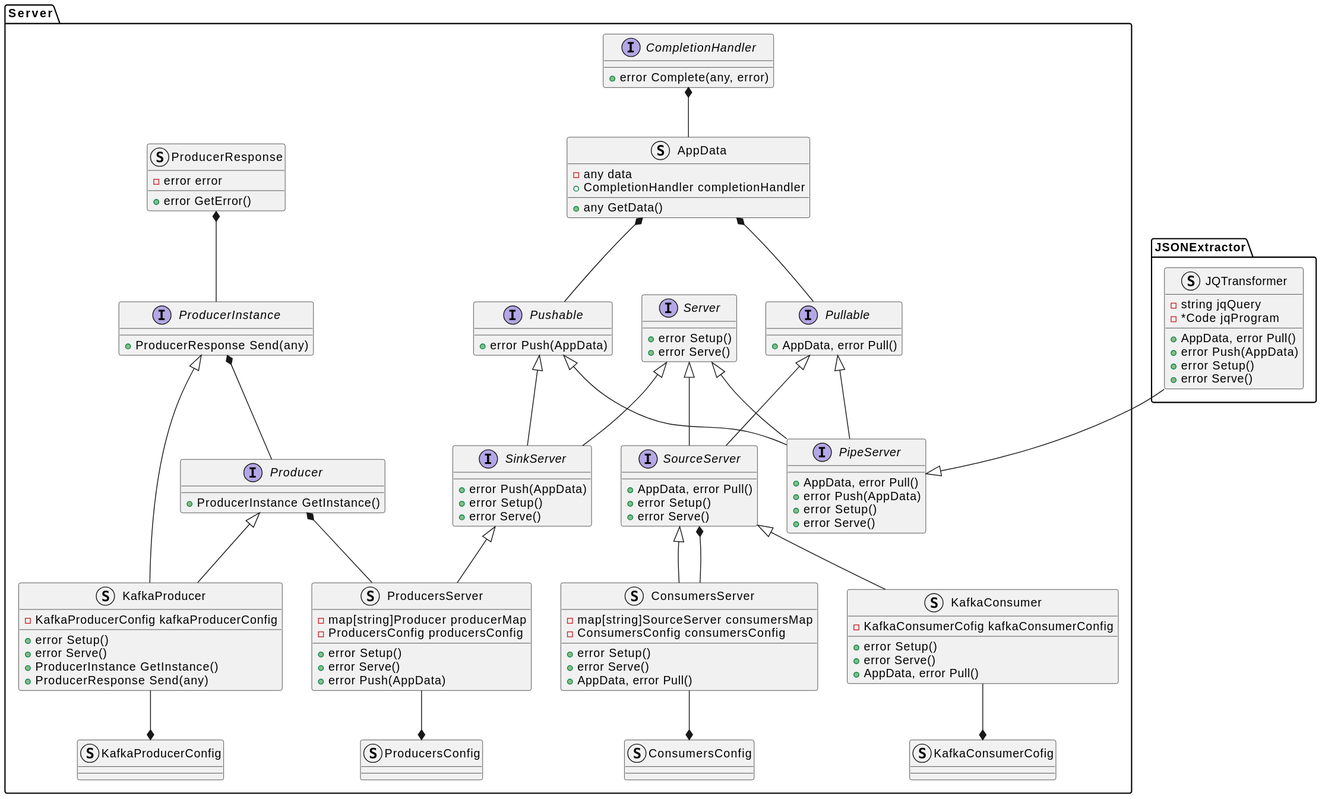
xtuml/otel2pv keeps this PlantUML diagram as docs/design_notes/DN1_JSON_Extractor/class_diagram.svg. Above is the earlier version.
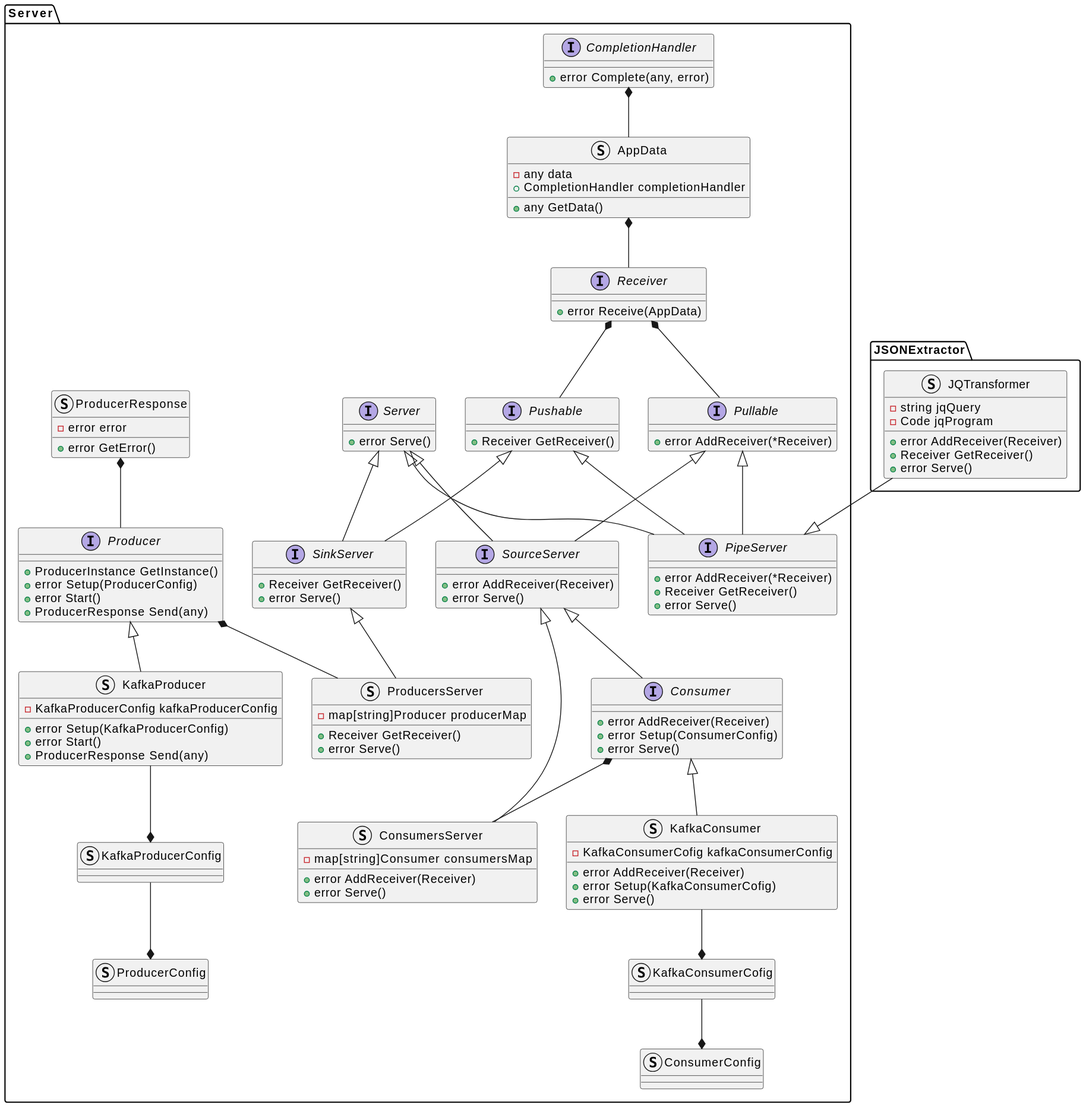
The same file after the commit.

Commit message:
CDSOPV-26 update class diagrams

Change to the diagram source:
```diff
@@ -8,87 +8,86 @@
         +CompletionHandler completionHandler
         +any GetData()
     }
+    interface Receiver {
+        +error Receive(AppData)
+    }
     interface Server {
-        +error Setup()
         +error Serve()
     }
     interface Pullable {
-        +AppData, error Pull()
+        +error AddReceiver(*Receiver)
     }
     interface Pushable {
-        +error Push(AppData)
+        +Receiver GetReceiver()
     }
     interface SourceServer {
-        +AppData, error Pull()
-        +error Setup()
+        +error AddReceiver(Receiver)
         +error Serve()
     }
     interface SinkServer {
-        +error Push(AppData)
-        +error Setup()
+        +Receiver GetReceiver()
         +error Serve()
     }
     interface PipeServer {
-        +AppData, error Pull()
-        +error Push(AppData)
-        +error Setup()
+        +error AddReceiver(*Receiver)
+        +Receiver GetReceiver()
         +error Serve()
     }
     struct ProducerResponse {
         -error error
         +error GetError()
     }
-    interface ProducerInstance {
+    interface Producer {
+        +ProducerInstance GetInstance()
+        +error Setup(ProducerConfig)
+        +error Start()
         +ProducerResponse Send(any)
     }
-    interface Producer {
-        +ProducerInstance GetInstance()
+    interface Consumer {
+        +error AddReceiver(Receiver)
+        +error Setup(ConsumerConfig)
+        +error Serve()
     }
     struct KafkaConsumer {
         -KafkaConsumerCofig kafkaConsumerConfig
-        +error Setup()
+        +error AddReceiver(Receiver)
+        +error Setup(KafkaConsumerCofig)
         +error Serve()
-        +AppData, error Pull()
     }
     struct KafkaProducer {
         -KafkaProducerConfig kafkaProducerConfig
-        +error Setup()
-        +error Serve()
-        +ProducerInstance GetInstance()
+        +error Setup(KafkaProducerConfig)
+        +error Start()
         +ProducerResponse Send(any)
     }
     struct ProducersServer {
         -map[string]Producer producerMap
-        -ProducersConfig producersConfig
-        +error Setup()
+        +Receiver GetReceiver()
         +error Serve()
-        +error Push(AppData)
     }
     struct ConsumersServer {
-        -map[string]SourceServer consumersMap
-        -ConsumersConfig consumersConfig
-        +error Setup()
+        -map[string]Consumer consumersMap
+        +error AddReceiver(Receiver)
         +error Serve()
-        +AppData, error Pull()
     }
     struct KafkaConsumerCofig
     struct KafkaProducerConfig
-    struct ProducersConfig
-    struct ConsumersConfig
+    struct ProducerConfig
+    struct ConsumerConfig
 }
 namespace JSONExtractor {
     struct JQTransformer {
         -string jqQuery
-        -*Code jqProgram
-        +AppData, error Pull()
-        +error Push(AppData)
-        +error Setup()
+        -Code jqProgram
+        +error AddReceiver(Receiver)
+        +Receiver GetReceiver()
         +error Serve()
     }
 }
 Server.CompletionHandler *-- Server.AppData
-Server.AppData *-- Server.Pullable
-Server.AppData *-- Server.Pushable
+Server.AppData *-- Server.Receiver
+Server.Receiver *-- Server.Pullable
+Server.Receiver *-- Server.Pushable
 Server.Server <|-- Server.SourceServer
 Server.Pullable <|-- Server.SourceServer
 Server.Server <|-- Server.SinkServer
@@ -97,20 +96,20 @@
 Server.Pullable <|-- Server.PipeServer
 Server.Server <|-- Server.PipeServer
 
-Server.ProducerResponse *-- Server.ProducerInstance
-Server.ProducerInstance *-- Server.Producer
+Server.ProducerResponse *-- Server.Producer
 Server.Producer <|-- Server.KafkaProducer
-Server.ProducerInstance <|-- Server.KafkaProducer
-Server.SourceServer <|-- Server.KafkaConsumer
+Server.Consumer <|-- Server.KafkaConsumer
 Server.Producer *-- Server.ProducersServer
 Server.SinkServer <|-- Server.ProducersServer
 Server.SourceServer <|-- Server.ConsumersServer
-Server.SourceServer *-- Server.ConsumersServer
+Server.Consumer *-- Server.ConsumersServer
+Server.SourceServer <|-- Server.Consumer
 
 Server.KafkaConsumerCofig *-up- Server.KafkaConsumer
 Server.KafkaProducerConfig *-up- Server.KafkaProducer
-Server.ProducersConfig *-up- Server.ProducersServer
-Server.ConsumersConfig *-up- Server.ConsumersServer
 
 Server.PipeServer <|-up- JSONExtractor.JQTransformer
+
+Server.ProducerConfig *-up- Server.KafkaProducerConfig
+Server.ConsumerConfig *-up- Server.KafkaConsumerCofig
 @enduml
```
